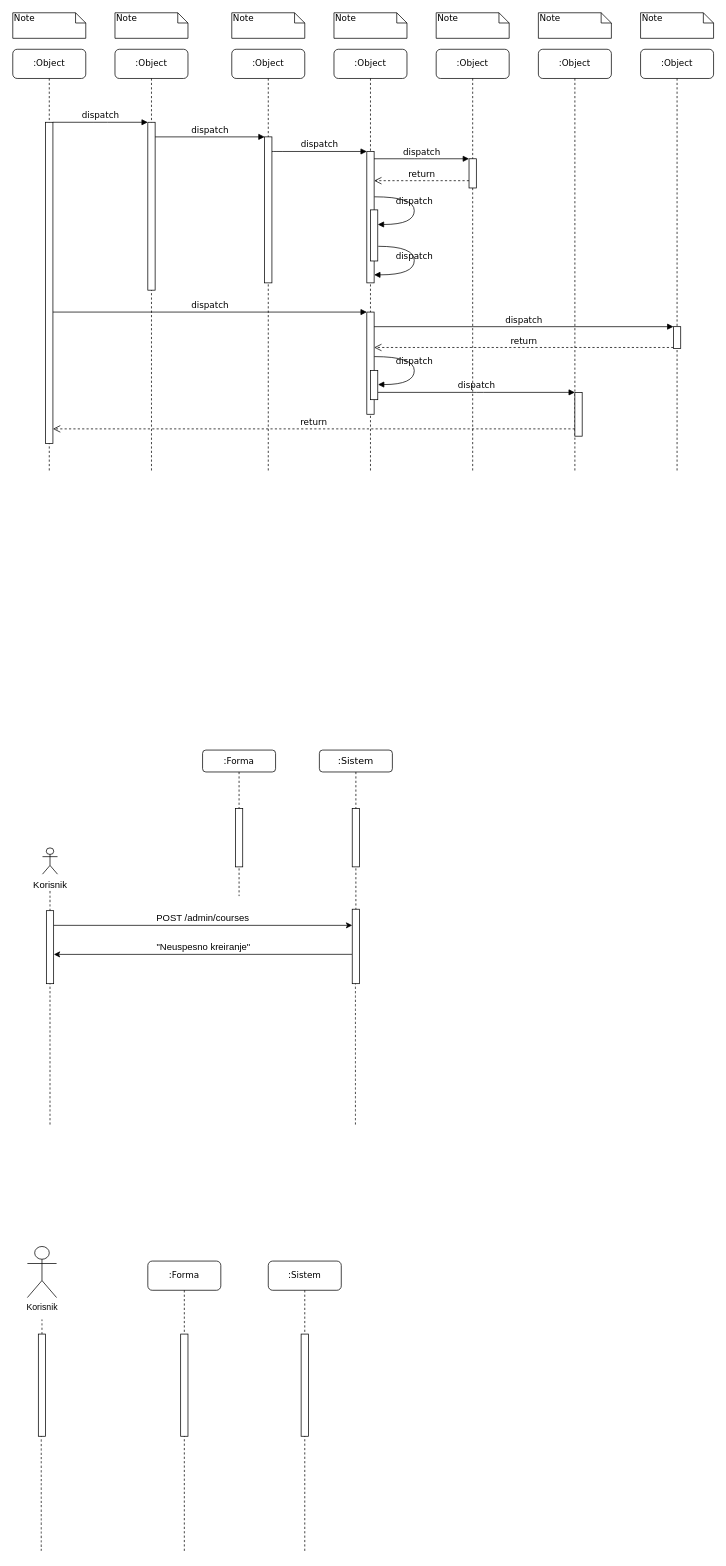
This is folder/Untitled Diagram.drawio from mata998/drawio, a draw.io file, before an edit. Source tidied: cells renumbered, new cells numbered last; positions are measured from the earlier drawing's top-left corner, leaving out a move shared by most shapes. Both pictures are drawn from the tidied source at 73%, with x=0, y=0 at pixel (12, 12).
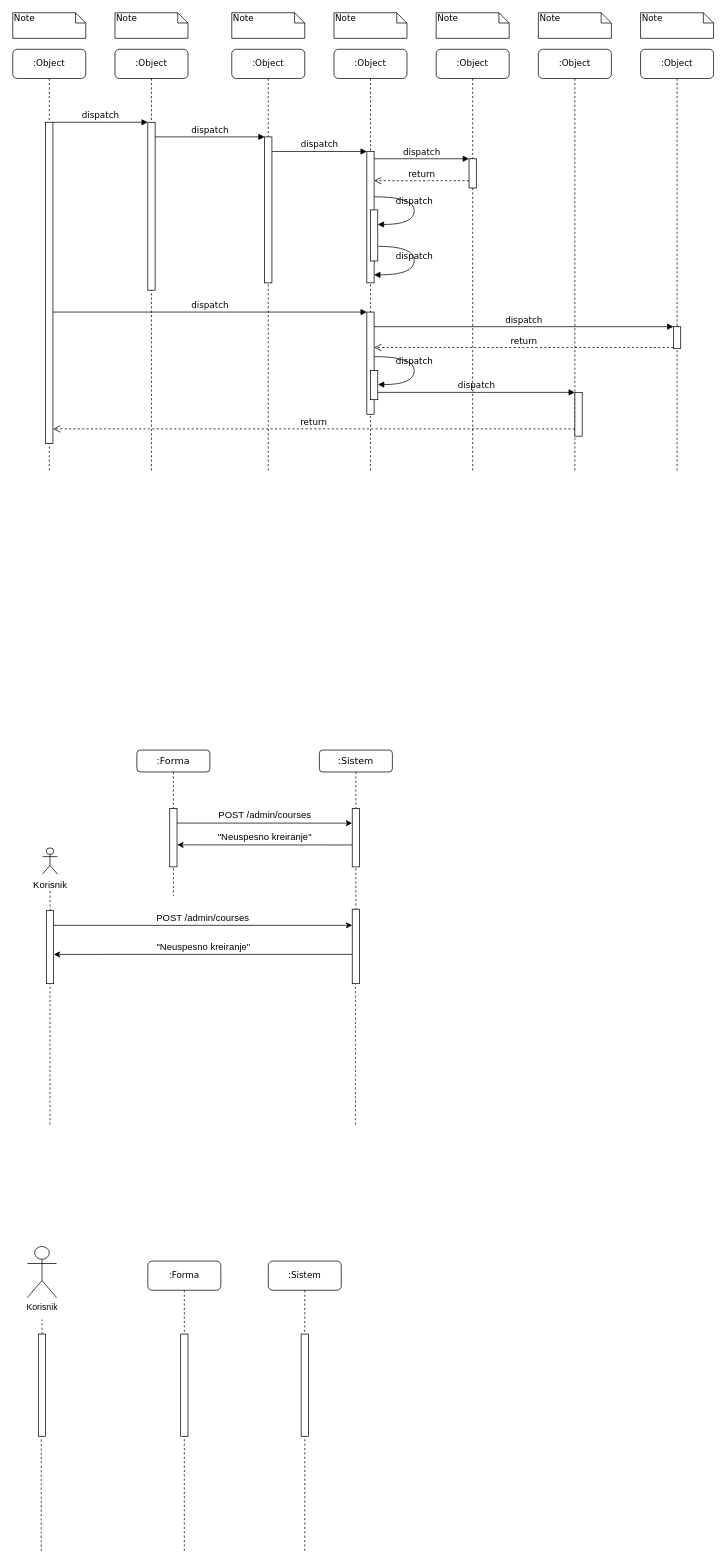
The same page after the edit.

Unchanged cells that the change refers to:
```xml
<mxCell id="42" style="html=1;points=[];perimeter=orthogonalPerimeter;rounded=0;shadow=0;comic=0;labelBackgroundColor=none;strokeWidth=1;fontFamily=Verdana;fontSize=12;align=center;" parent="41" vertex="1">
  <mxGeometry x="45" y="80" width="10" height="80" as="geometry" />
</mxCell>
<mxCell id="57" style="html=1;points=[];perimeter=orthogonalPerimeter;rounded=0;shadow=0;comic=0;labelBackgroundColor=none;strokeWidth=1;fontFamily=Verdana;fontSize=12;align=center;" parent="56" vertex="1">
  <mxGeometry x="45" y="80" width="10" height="80" as="geometry" />
</mxCell>
```

Change to the diagram source:
```diff
@@
-    <mxCell id="56" value=":Forma" style="shape=umlLifeline;perimeter=lifelinePerimeter;whiteSpace=wrap;html=1;rounded=1;shadow=0;comic=0;labelBackgroundColor=none;strokeWidth=1;fontFamily=Verdana;fontSize=12;align=center;size=30;" parent="1" vertex="1">
-      <mxGeometry x="260" y="1010" width="100" height="200" as="geometry" />
+    <mxCell id="56" value=":Forma" style="shape=umlLifeline;perimeter=lifelinePerimeter;whiteSpace=wrap;html=1;rounded=1;shadow=0;comic=0;labelBackgroundColor=none;strokeWidth=1;fontFamily=Verdana;fontSize=13;align=center;size=30;" parent="1" vertex="1">
+      <mxGeometry x="170" y="1010" width="100" height="200" as="geometry" />
     </mxCell>
@@
+    <mxCell id="59" value="POST /admin/courses" style="endArrow=classic;html=1;rounded=0;fontSize=13;verticalAlign=bottom;exitX=0.981;exitY=0.25;exitDx=0;exitDy=0;exitPerimeter=0;entryX=-0.018;entryY=0.251;entryDx=0;entryDy=0;entryPerimeter=0;" parent="1" edge="1" source="57" target="42">
+      <mxGeometry relative="1" as="geometry" />
+    </mxCell>
+    <mxCell id="60" value="&quot;Neuspesno kreiranje&quot;" style="endArrow=classic;html=1;rounded=0;fontSize=13;verticalAlign=bottom;exitX=-0.022;exitY=0.625;exitDx=0;exitDy=0;exitPerimeter=0;entryX=1.035;entryY=0.623;entryDx=0;entryDy=0;entryPerimeter=0;" parent="1" edge="1" source="42" target="57">
+      <mxGeometry relative="1" as="geometry" />
+    </mxCell>
```
